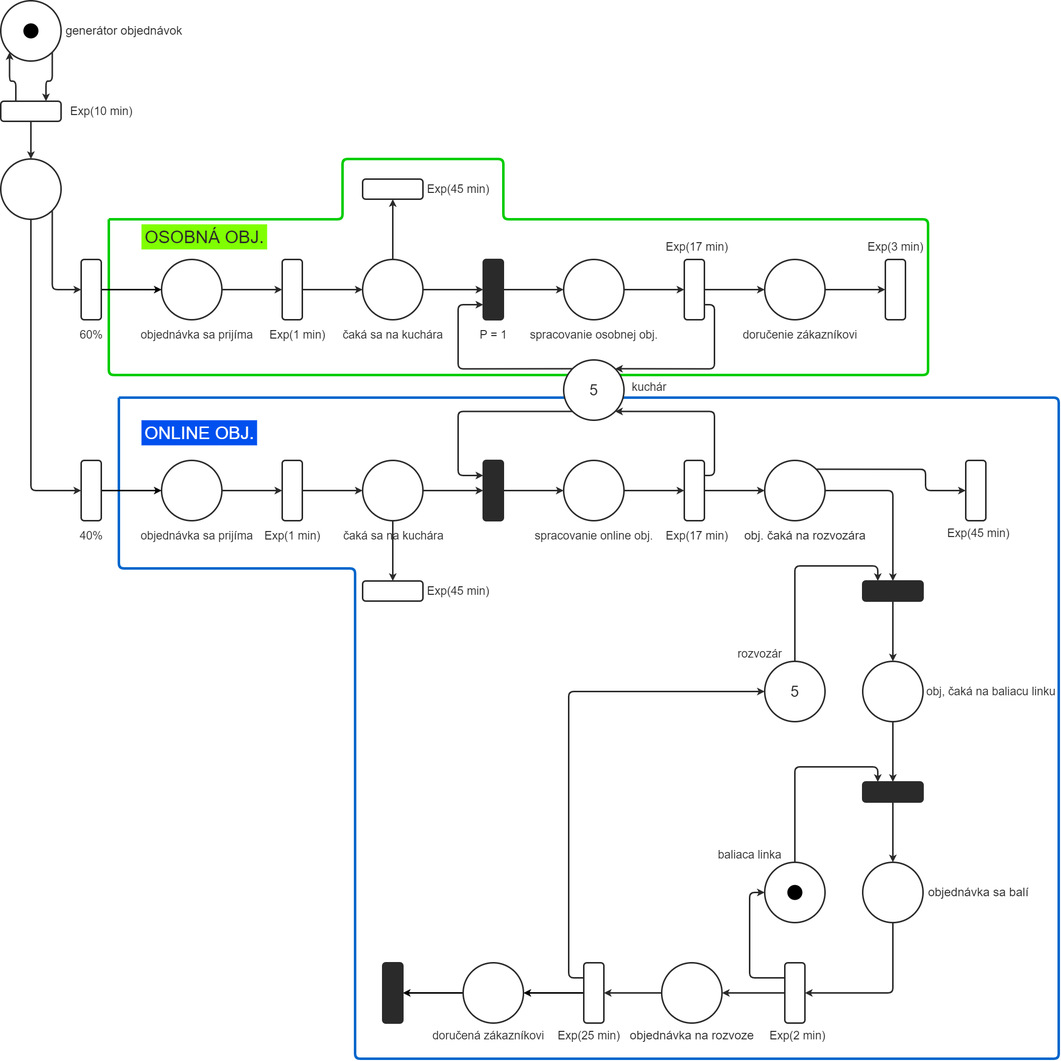
Mats7/ims2022 keeps this draw.io diagram as docs/petriiiii.png. Above is the earlier version. Source tidied: cells renumbered, new cells last; positions are measured from the earlier drawing's top-left corner, leaving out a move shared by most shapes.
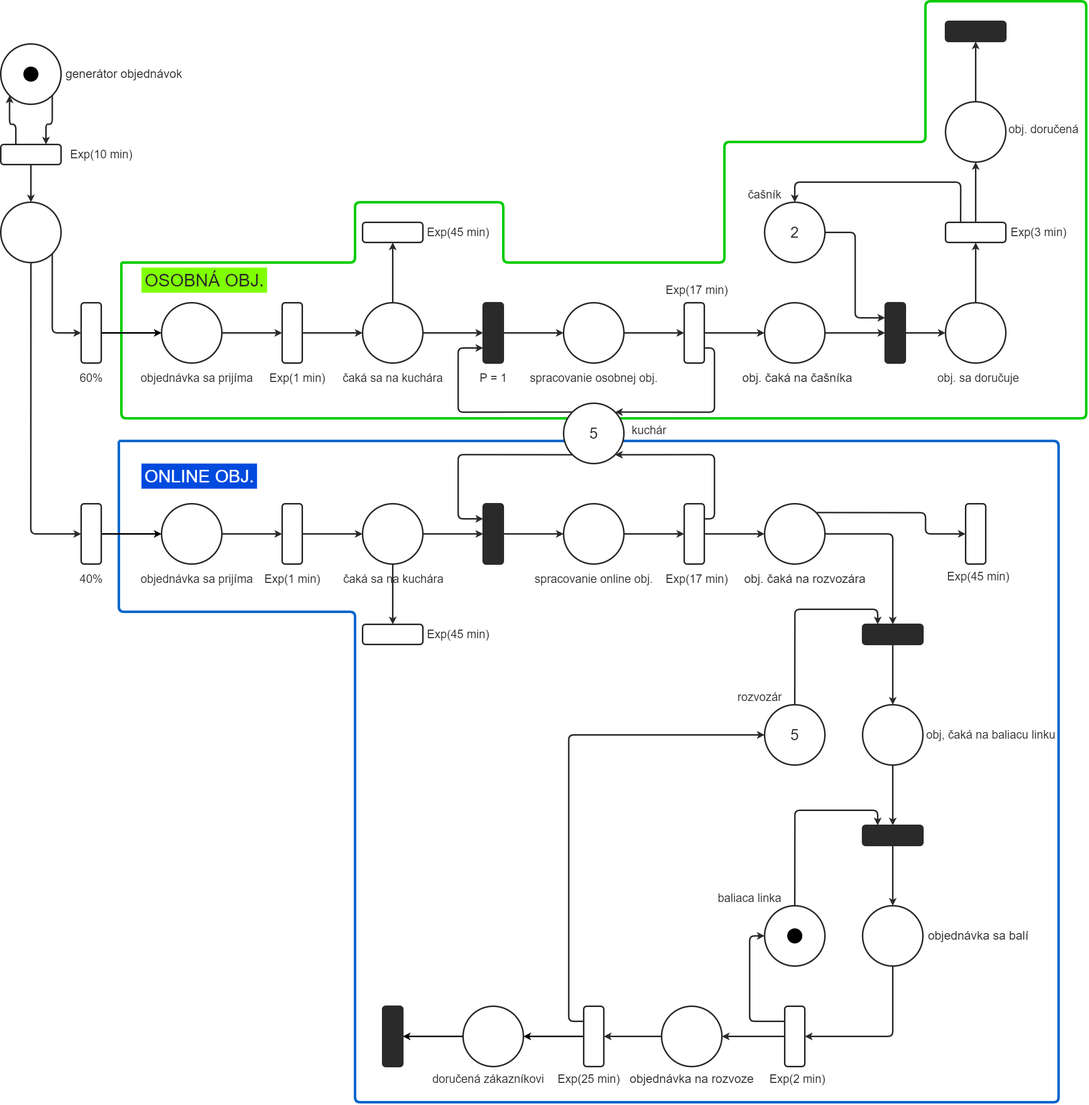
The same diagram one commit later.

Change to the diagram source:
```diff
@@ -17,16 +17,20 @@
     </mxCell>
     <mxCell id="3" style="endArrow=none;html=1;strokeColor=#00CC00;strokeWidth=5;" parent="1" edge="1">
       <mxGeometry relative="1" as="geometry">
-        <mxPoint x="215" y="435" as="sourcePoint" />
-        <mxPoint x="215" y="435" as="targetPoint" />
+        <mxPoint x="240" y="435" as="sourcePoint" />
+        <mxPoint x="240" y="435" as="targetPoint" />
         <Array as="points">
-          <mxPoint x="680" y="435" />
-          <mxPoint x="680" y="315" />
+          <mxPoint x="705" y="435" />
+          <mxPoint x="705" y="315" />
           <mxPoint x="1000" y="315" />
           <mxPoint x="1000" y="435" />
-          <mxPoint x="1845" y="435" />
-          <mxPoint x="1845" y="745" />
-          <mxPoint x="215" y="745" />
+          <mxPoint x="1440" y="435" />
+          <mxPoint x="1440" y="195" />
+          <mxPoint x="1840" y="195" />
+          <mxPoint x="1840" y="-85" />
+          <mxPoint x="2160" y="-85" />
+          <mxPoint x="2160" y="745" />
+          <mxPoint x="240" y="745" />
         </Array>
       </mxGeometry>
     </mxCell>
@@ -104,7 +108,10 @@
     <mxCell id="26" style="ellipse;rounded=1;labelBackgroundColor=none;fontColor=#2A2A2A;strokeColor=#2A2A2A;strokeWidth=3;whiteSpace=wrap;html=1;fillColor=none;perimeterSpacing=0;shadow=0;sketch=0;" parent="1" vertex="1">
       <mxGeometry x="1520" y="515" width="120" height="120" as="geometry" />
     </mxCell>
+    <mxCell id="113" style="edgeStyle=orthogonalEdgeStyle;html=1;exitX=1;exitY=0.5;exitDx=0;exitDy=0;entryX=0;entryY=0.5;entryDx=0;entryDy=0;strokeColor=#2A2A2A;strokeWidth=3;" parent="1" edge="1" source="27" target="115">
+      <mxGeometry relative="1" as="geometry" />
+    </mxCell>
-    <mxCell id="27" style="rounded=1;labelBackgroundColor=none;fontColor=#2A2A2A;strokeColor=#2A2A2A;strokeWidth=3;whiteSpace=wrap;html=1;fillColor=none;perimeterSpacing=0;shadow=0;sketch=0;" parent="1" vertex="1">
+    <mxCell id="27" style="rounded=1;labelBackgroundColor=none;fontColor=#2A2A2A;strokeColor=#2A2A2A;strokeWidth=3;whiteSpace=wrap;html=1;fillColor=#2A2A2A;perimeterSpacing=0;shadow=0;sketch=0;" parent="1" vertex="1">
       <mxGeometry x="1760" y="515" width="40" height="120" as="geometry" />
     </mxCell>
     <mxCell id="28" style="edgeStyle=orthogonalEdgeStyle;rounded=1;jettySize=auto;exitX=0;exitY=0;exitDx=0;exitDy=0;entryX=0;entryY=0.75;entryDx=0;entryDy=0;labelBackgroundColor=none;fontColor=#2A2A2A;strokeWidth=3;html=1;strokeColor=#2A2A2A;" parent="1" edge="1" source="30" target="112">
@@ -203,8 +210,8 @@
     <mxCell id="49" value="spracovanie online obj." style="text;align=center;verticalAlign=middle;strokeColor=none;fillColor=none;fontSize=23;labelBackgroundColor=none;fontColor=#2A2A2A;strokeWidth=3;html=1;" parent="1" vertex="1">
       <mxGeometry x="1055" y="1050" width="250" height="30" as="geometry" />
     </mxCell>
-    <mxCell id="50" value="doručenie zákazníkovi" style="text;align=center;verticalAlign=middle;strokeColor=none;fillColor=none;fontSize=23;labelBackgroundColor=none;fontColor=#2A2A2A;strokeWidth=3;html=1;" parent="1" vertex="1">
-      <mxGeometry x="1470" y="650" width="240" height="30" as="geometry" />
+    <mxCell id="50" value="obj. sa doručuje" style="text;align=center;verticalAlign=middle;strokeColor=none;fillColor=none;fontSize=23;labelBackgroundColor=none;fontColor=#2A2A2A;strokeWidth=3;html=1;" parent="1" vertex="1">
+      <mxGeometry x="1855" y="650" width="180" height="30" as="geometry" />
     </mxCell>
     <mxCell id="51" value="&lt;font style=&quot;font-size: 23px&quot;&gt;obj, čaká na baliacu linku&lt;/font&gt;" style="text;align=center;verticalAlign=middle;strokeColor=none;fillColor=none;fontSize=23;labelBackgroundColor=none;fontColor=#2A2A2A;strokeWidth=3;html=1;" parent="1" vertex="1">
       <mxGeometry x="1835" y="1360" width="270" height="30" as="geometry" />
@@ -234,7 +241,7 @@
       <mxGeometry x="1315" y="475" width="140" height="30" as="geometry" />
     </mxCell>
     <mxCell id="60" value="Exp(3 min)" style="text;align=center;verticalAlign=middle;strokeColor=none;fillColor=none;fontSize=23;fontColor=#2A2A2A;labelBackgroundColor=none;strokeWidth=3;html=1;" parent="1" vertex="1">
-      <mxGeometry x="1715" y="475" width="130" height="30" as="geometry" />
+      <mxGeometry x="2000" y="360" width="130" height="30" as="geometry" />
     </mxCell>
     <mxCell id="61" value="Exp(17 min)" style="text;align=center;verticalAlign=middle;strokeColor=none;fillColor=none;fontSize=23;fontColor=#2A2A2A;labelBackgroundColor=none;strokeWidth=3;html=1;" parent="1" vertex="1">
       <mxGeometry x="1315" y="1050" width="140" height="30" as="geometry" />
@@ -327,7 +334,7 @@
     <mxCell id="87" value="&lt;font color=&quot;#2a2a2a&quot; style=&quot;font-size: 35px;&quot;&gt;OSOBNÁ OBJ.&lt;/font&gt;" style="text;html=1;align=center;verticalAlign=middle;strokeColor=none;fillColor=#80FF00;fontSize=35;fontColor=#ffffff;" parent="1" vertex="1">
       <mxGeometry x="280" y="445" width="250" height="50" as="geometry" />
     </mxCell>
-    <mxCell id="88" value="ONLINE OBJ." style="text;html=1;align=center;verticalAlign=middle;strokeColor=none;fillColor=#0050ef;fontSize=35;fontColor=#ffffff;" parent="1" vertex="1">
+    <mxCell id="88" value="ONLINE OBJ." style="text;html=1;align=center;verticalAlign=middle;strokeColor=none;fillColor=#004ADE;fontSize=35;fontColor=#ffffff;" parent="1" vertex="1">
       <mxGeometry x="280" y="835" width="230" height="50" as="geometry" />
     </mxCell>
     <mxCell id="89" style="edgeStyle=none;html=1;entryX=0;entryY=0.5;entryDx=0;entryDy=0;strokeColor=#000000;strokeWidth=3;" parent="1" edge="1" source="90" target="83">
@@ -406,5 +413,49 @@
     <mxCell id="112" style="rounded=1;labelBackgroundColor=none;fontColor=#2A2A2A;strokeColor=#2A2A2A;strokeWidth=3;whiteSpace=wrap;html=1;fillColor=#2A2A2A;perimeterSpacing=0;shadow=0;sketch=0;" parent="1" vertex="1">
       <mxGeometry x="960" y="515" width="40" height="120" as="geometry" />
     </mxCell>
+    <mxCell id="114" style="edgeStyle=orthogonalEdgeStyle;html=1;exitX=0.5;exitY=0;exitDx=0;exitDy=0;entryX=0;entryY=0.5;entryDx=0;entryDy=0;strokeColor=#2A2A2A;strokeWidth=3;" parent="1" edge="1" source="115" target="120">
+      <mxGeometry relative="1" as="geometry" />
+    </mxCell>
+    <mxCell id="115" style="ellipse;rounded=1;labelBackgroundColor=none;fontColor=#2A2A2A;strokeColor=#2A2A2A;strokeWidth=3;whiteSpace=wrap;html=1;fillColor=none;perimeterSpacing=0;shadow=0;sketch=0;" parent="1" vertex="1">
+      <mxGeometry x="1880" y="515" width="120" height="120" as="geometry" />
+    </mxCell>
+    <mxCell id="116" style="edgeStyle=orthogonalEdgeStyle;html=1;exitX=1;exitY=0.5;exitDx=0;exitDy=0;entryX=0;entryY=0.25;entryDx=0;entryDy=0;strokeColor=#2A2A2A;strokeWidth=3;" parent="1" edge="1" source="117" target="27">
+      <mxGeometry relative="1" as="geometry" />
+    </mxCell>
+    <mxCell id="117" value="&lt;font style=&quot;font-size: 30px&quot;&gt;2&lt;/font&gt;" style="ellipse;rounded=1;labelBackgroundColor=none;fontColor=#2A2A2A;strokeColor=#2A2A2A;strokeWidth=3;whiteSpace=wrap;html=1;fillColor=none;perimeterSpacing=0;shadow=0;sketch=0;" parent="1" vertex="1">
+      <mxGeometry x="1520" y="315" width="120" height="120" as="geometry" />
+    </mxCell>
+    <mxCell id="118" style="edgeStyle=orthogonalEdgeStyle;html=1;exitX=1;exitY=0.25;exitDx=0;exitDy=0;entryX=0.5;entryY=0;entryDx=0;entryDy=0;strokeColor=#2A2A2A;strokeWidth=3;" parent="1" edge="1" source="120" target="117">
+      <mxGeometry relative="1" as="geometry">
+        <Array as="points">
+          <mxPoint x="1910" y="275" />
+          <mxPoint x="1580" y="275" />
+        </Array>
+      </mxGeometry>
+    </mxCell>
+    <mxCell id="119" style="edgeStyle=orthogonalEdgeStyle;html=1;exitX=1;exitY=0.5;exitDx=0;exitDy=0;entryX=0.5;entryY=1;entryDx=0;entryDy=0;strokeColor=#2A2A2A;strokeWidth=3;" parent="1" edge="1" source="120" target="122">
+      <mxGeometry relative="1" as="geometry" />
+    </mxCell>
+    <mxCell id="120" style="rounded=1;labelBackgroundColor=none;fontColor=#2A2A2A;strokeColor=#2A2A2A;strokeWidth=3;whiteSpace=wrap;html=1;fillColor=none;perimeterSpacing=0;shadow=0;sketch=0;rotation=-90;" parent="1" vertex="1">
+      <mxGeometry x="1920" y="315" width="40" height="120" as="geometry" />
+    </mxCell>
+    <mxCell id="121" style="edgeStyle=orthogonalEdgeStyle;html=1;exitX=0.5;exitY=0;exitDx=0;exitDy=0;entryX=0;entryY=0.5;entryDx=0;entryDy=0;strokeColor=#2A2A2A;strokeWidth=3;" parent="1" edge="1" source="122" target="123">
+      <mxGeometry relative="1" as="geometry" />
+    </mxCell>
+    <mxCell id="122" style="ellipse;rounded=1;labelBackgroundColor=none;fontColor=#2A2A2A;strokeColor=#2A2A2A;strokeWidth=3;whiteSpace=wrap;html=1;fillColor=none;perimeterSpacing=0;shadow=0;sketch=0;" parent="1" vertex="1">
+      <mxGeometry x="1880" y="115" width="120" height="120" as="geometry" />
+    </mxCell>
+    <mxCell id="123" style="rounded=1;labelBackgroundColor=none;fontColor=#2A2A2A;strokeColor=#2A2A2A;strokeWidth=3;whiteSpace=wrap;html=1;fillColor=#2A2A2A;perimeterSpacing=0;shadow=0;sketch=0;rotation=-90;" parent="1" vertex="1">
+      <mxGeometry x="1920" y="-85" width="40" height="120" as="geometry" />
+    </mxCell>
+    <mxCell id="124" value="čašník" style="text;align=center;verticalAlign=middle;strokeColor=none;fillColor=none;fontSize=23;labelBackgroundColor=none;fontColor=#2A2A2A;strokeWidth=3;html=1;" parent="1" vertex="1">
+      <mxGeometry x="1480" y="285" width="80" height="30" as="geometry" />
+    </mxCell>
+    <mxCell id="125" value="obj. čaká na čašníka" style="text;align=center;verticalAlign=middle;strokeColor=none;fillColor=none;fontSize=24;labelBackgroundColor=none;fontColor=#2A2A2A;strokeWidth=3;html=1;" parent="1" vertex="1">
+      <mxGeometry x="1470" y="650" width="230" height="30" as="geometry" />
+    </mxCell>
+    <mxCell id="126" value="obj. doručená" style="text;align=center;verticalAlign=middle;strokeColor=none;fillColor=none;fontSize=23;labelBackgroundColor=none;fontColor=#2A2A2A;strokeWidth=3;html=1;" parent="1" vertex="1">
+      <mxGeometry x="2000" y="155" width="150" height="30" as="geometry" />
+    </mxCell>
   </root>
 </mxGraphModel>
```
